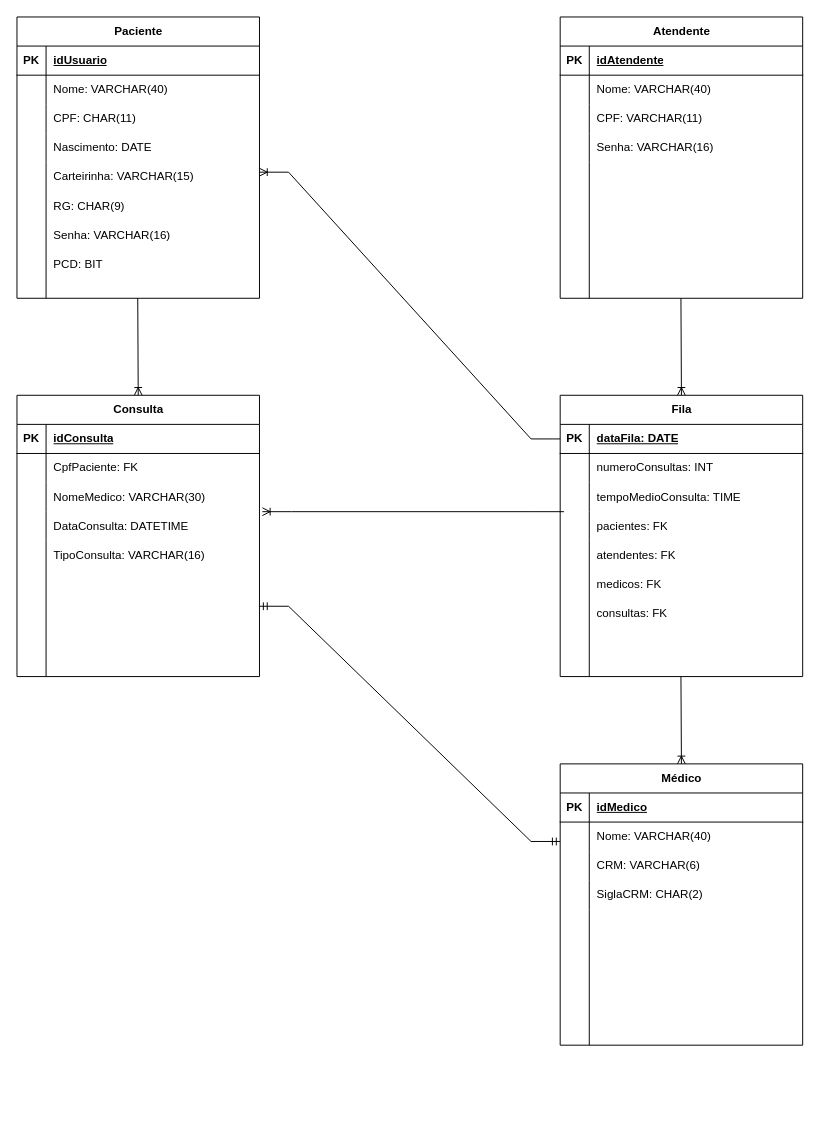
The draw.io diagram DiagramaDER.drawio in Scoorpioon/FastHealth, before the edit. Source tidied: cells renumbered, new cells numbered last; positions are measured from the earlier drawing's top-left corner, leaving out a move shared by most shapes. Both pictures are drawn from the tidied source at 97%, with x=0, y=0 at pixel (16, 16).
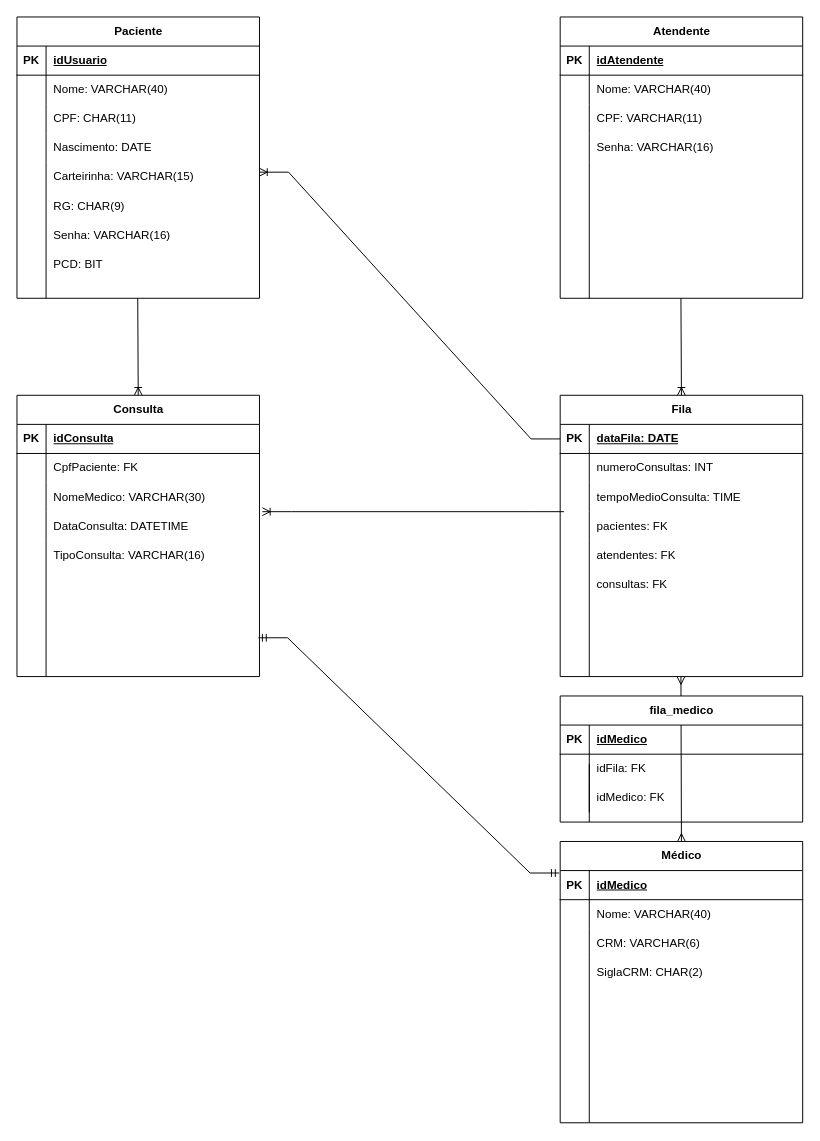
After the change.

Commit message:
Ajustes de cardinalidade

The change refers to these unchanged cells:
```xml
<mxCell id="40" value="Consulta" style="shape=table;startSize=30;childLayout=tableLayout;rowLines=0;fontStyle=1;align=center;html=1;" parent="1" vertex="1">
  <mxGeometry y="390" width="250" height="290" as="geometry" />
</mxCell>
<mxCell id="53" style="group;" parent="1" vertex="1">
  <mxGeometry x="560" y="390" width="250" height="290" as="geometry" />
</mxCell>
<mxCell id="72" value="Médico" style="shape=table;startSize=30;childLayout=tableLayout;rowLines=0;fontStyle=1;align=center;html=1;" parent="71" vertex="1">
  <mxGeometry width="250" height="290" as="geometry" />
</mxCell>
```

What changed in the source:
```diff
@@
-    <mxCell id="56" value="medicos: FK" style="shape=partialRectangle;fillColor=none;top=0;left=0;bottom=0;right=0;align=left;spacingLeft=6;overflow=hidden;whiteSpace=wrap;html=1;" parent="53" vertex="1">
-      <mxGeometry x="30" y="180" width="220" height="30" as="geometry" />
-    </mxCell>
     <mxCell id="57" value="consultas: FK" style="shape=partialRectangle;fillColor=none;top=0;left=0;bottom=0;right=0;align=left;spacingLeft=6;overflow=hidden;whiteSpace=wrap;html=1;" parent="53" vertex="1">
-      <mxGeometry x="30" y="210" width="220" height="30" as="geometry" />
+      <mxGeometry x="30" y="180" width="220" height="30" as="geometry" />
     </mxCell>
@@
     <mxCell id="71" style="group;" parent="1" vertex="1">
-      <mxGeometry x="560" y="770" width="250" height="290" as="geometry" />
+      <mxGeometry x="560" y="850" width="250" height="290" as="geometry" />
     </mxCell>
@@
-    <mxCell id="89" style="endArrow=ERoneToMany;html=1;rounded=0;endFill=0;entryX=0.5;entryY=0;entryDx=0;entryDy=0;" parent="1" edge="1" target="72">
+    <mxCell id="89" style="endArrow=ERmany;html=1;rounded=0;endFill=0;entryX=0.5;entryY=0;entryDx=0;entryDy=0;startArrow=ERmany;startFill=0;" parent="1" edge="1" target="72">
       <mxGeometry relative="1" as="geometry">
         <mxPoint x="684.5" y="680" as="sourcePoint" />
       </mxGeometry>
     </mxCell>
@@
-    <mxCell id="91" style="edgeStyle=entityRelationEdgeStyle;fontSize=12;html=1;endArrow=ERmandOne;startArrow=ERmandOne;rounded=0;exitX=1;exitY=0.75;exitDx=0;exitDy=0;" parent="1" edge="1" source="40">
+    <mxCell id="91" style="edgeStyle=entityRelationEdgeStyle;fontSize=12;html=1;endArrow=ERmandOne;startArrow=ERmandOne;rounded=0;exitX=1;exitY=0.75;exitDx=0;exitDy=0;" parent="1" edge="1">
       <mxGeometry relative="1" as="geometry">
-        <mxPoint x="560" y="850" as="targetPoint" />
+        <mxPoint x="249" y="640" as="sourcePoint" />
+        <mxPoint x="559" y="882.5" as="targetPoint" />
       </mxGeometry>
     </mxCell>
+    <mxCell id="92" style="group;" parent="1" vertex="1">
+      <mxGeometry x="560" y="700" width="250" height="130" as="geometry" />
+    </mxCell>
+    <mxCell id="93" value="fila_medico" style="shape=table;startSize=30;childLayout=tableLayout;rowLines=0;fontStyle=1;align=center;html=1;" parent="92" vertex="1">
+      <mxGeometry width="250" height="130" as="geometry" />
+    </mxCell>
+    <mxCell id="94" style="shape=tableRow;horizontal=0;startSize=0;swimlaneHead=0;swimlaneBody=0;fillColor=none;top=0;left=0;right=0;bottom=1;" parent="93" vertex="1">
+      <mxGeometry y="30" width="250" height="30" as="geometry" />
+    </mxCell>
+    <mxCell id="95" value="PK" style="shape=partialRectangle;fillColor=none;top=0;left=0;bottom=0;right=0;fontStyle=1;overflow=hidden;whiteSpace=wrap;html=1;" parent="94" vertex="1">
+      <mxGeometry width="30" height="30" as="geometry" />
+    </mxCell>
+    <mxCell id="96" value="idMedico" style="shape=partialRectangle;fillColor=none;top=0;left=0;bottom=0;right=0;align=left;spacingLeft=6;fontStyle=5;overflow=hidden;whiteSpace=wrap;html=1;" parent="94" vertex="1">
+      <mxGeometry x="30" width="220" height="30" as="geometry" />
+    </mxCell>
+    <mxCell id="97" style="shape=tableRow;horizontal=0;startSize=0;swimlaneHead=0;swimlaneBody=0;fillColor=none;top=0;left=0;right=0;bottom=0;" parent="93" vertex="1">
+      <mxGeometry y="60" width="250" height="30" as="geometry" />
+    </mxCell>
+    <mxCell id="98" style="shape=partialRectangle;fillColor=none;top=0;left=0;bottom=0;right=0;overflow=hidden;whiteSpace=wrap;html=1;" parent="97" vertex="1">
+      <mxGeometry width="30" height="30" as="geometry" />
+    </mxCell>
+    <mxCell id="99" value="idFila: FK" style="shape=partialRectangle;fillColor=none;top=0;left=0;bottom=0;right=0;align=left;spacingLeft=6;overflow=hidden;whiteSpace=wrap;html=1;" parent="97" vertex="1">
+      <mxGeometry x="30" width="220" height="30" as="geometry" />
+    </mxCell>
+    <mxCell id="100" style="shape=tableRow;horizontal=0;startSize=0;swimlaneHead=0;swimlaneBody=0;fillColor=none;top=0;left=0;right=0;bottom=0;" parent="93" vertex="1">
+      <mxGeometry y="90" width="250" height="30" as="geometry" />
+    </mxCell>
+    <mxCell id="101" style="shape=partialRectangle;fillColor=none;top=0;left=0;bottom=0;right=0;overflow=hidden;whiteSpace=wrap;html=1;" parent="100" vertex="1">
+      <mxGeometry width="30" height="30" as="geometry" />
+    </mxCell>
+    <mxCell id="102" value="idMedico: FK" style="shape=partialRectangle;fillColor=none;top=0;left=0;bottom=0;right=0;align=left;spacingLeft=6;overflow=hidden;whiteSpace=wrap;html=1;" parent="100" vertex="1">
+      <mxGeometry x="30" width="220" height="30" as="geometry" />
+    </mxCell>
+    <mxCell id="103" style="endArrow=none;html=1;rounded=0;" parent="92" edge="1">
+      <mxGeometry relative="1" as="geometry">
+        <mxPoint x="30" y="70" as="sourcePoint" />
+        <mxPoint x="30" y="130" as="targetPoint" />
+      </mxGeometry>
+    </mxCell>
```
